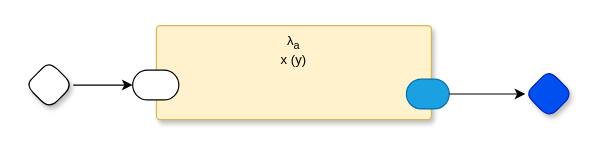
The draw.io diagram small-test.drawio in guitarvydas/gen0d, before the edit. Source tidied: cells renumbered, new cells numbered last; positions are measured from the earlier drawing's top-left corner, leaving out a move shared by most shapes. Both pictures are drawn from the tidied source at 119%, with x=0, y=0 at pixel (25, 25).
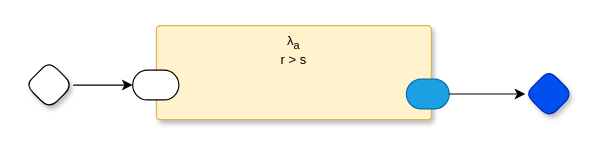
The same diagram, later.

The edit, as a diff of the source:
```diff
@@
 <mxGraphModel>
   <root>
     <mxCell id="0" />
     <mxCell id="1" parent="0" />
-    <mxCell id="2" value="λ&lt;sub&gt;a&lt;/sub&gt;&lt;br&gt;x (y)" style="rounded=1;whiteSpace=wrap;html=1;sketch=0;verticalAlign=top;arcSize=6;fontStyle=0;absoluteArcSize=1;shadow=1;strokeColor=#d6b656;fillColor=#fff2cc;fontFamily=Helvetica;fontSize=11;" parent="1" vertex="1">
+    <mxCell id="2" value="λ&lt;sub&gt;a&lt;br&gt;&lt;/sub&gt;r &amp;gt; s" style="rounded=1;whiteSpace=wrap;html=1;sketch=0;verticalAlign=top;arcSize=6;fontStyle=0;absoluteArcSize=1;shadow=1;strokeColor=#d6b656;fillColor=#fff2cc;fontFamily=Helvetica;fontSize=11;" parent="1" vertex="1">
       <mxGeometry x="110" width="231" height="79" as="geometry" />
     </mxCell>
     <mxCell id="3" style="rounded=1;whiteSpace=wrap;html=1;sketch=0;points=[[0,0.5,0,0,0],[1,0.5,0,0,0]];arcSize=50;fontFamily=Helvetica;fontSize=11;fontColor=default;" parent="2" vertex="1">
       <mxGeometry x="-20" y="37.5" width="38.8" height="25" as="geometry" />
     </mxCell>
     <mxCell id="4" style="rounded=1;whiteSpace=wrap;html=1;sketch=0;points=[[0,0.5,0,0,0],[1,0.5,0,0,0]];fillColor=#1ba1e2;fontColor=#ffffff;strokeColor=#006EAF;arcSize=50;fontFamily=Helvetica;fontSize=11;" parent="2" vertex="1">
       <mxGeometry x="210" y="45" width="36" height="25" as="geometry" />
     </mxCell>
     <mxCell id="5" style="rhombus;whiteSpace=wrap;html=1;rounded=1;fontStyle=1;glass=0;sketch=0;fontSize=12;points=[[0,0.5,0,0,0],[0.5,0,0,0,0],[0.5,1,0,0,0],[1,0.5,0,0,0]];shadow=1;fontFamily=Helvetica;fontColor=default;" parent="1" vertex="1">
       <mxGeometry y="30" width="40" height="40" as="geometry" />
     </mxCell>
     <mxCell id="6" style="edgeStyle=orthogonalEdgeStyle;rounded=0;jettySize=auto;html=1;entryX=0;entryY=0.5;entryDx=0;entryDy=0;entryPerimeter=0;" parent="1" edge="1" source="5" target="3">
       <mxGeometry relative="1" as="geometry" />
     </mxCell>
     <mxCell id="7" style="rhombus;whiteSpace=wrap;html=1;rounded=1;fontStyle=1;glass=0;sketch=0;fontSize=12;points=[[0,0.5,0,0,0],[0.5,0,0,0,0],[0.5,1,0,0,0],[1,0.5,0,0,0]];shadow=1;fillColor=#0050ef;fontColor=#ffffff;strokeColor=#001DBC;fontFamily=Helvetica;" parent="1" vertex="1">
       <mxGeometry x="420" y="37.5" width="40" height="40" as="geometry" />
     </mxCell>
     <mxCell id="8" style="edgeStyle=orthogonalEdgeStyle;rounded=0;jettySize=auto;html=1;exitX=1;exitY=0.5;exitDx=0;exitDy=0;exitPerimeter=0;entryX=0;entryY=0.5;entryDx=0;entryDy=0;entryPerimeter=0;" parent="1" edge="1" source="4" target="7">
       <mxGeometry relative="1" as="geometry" />
     </mxCell>
   </root>
 </mxGraphModel>
```
